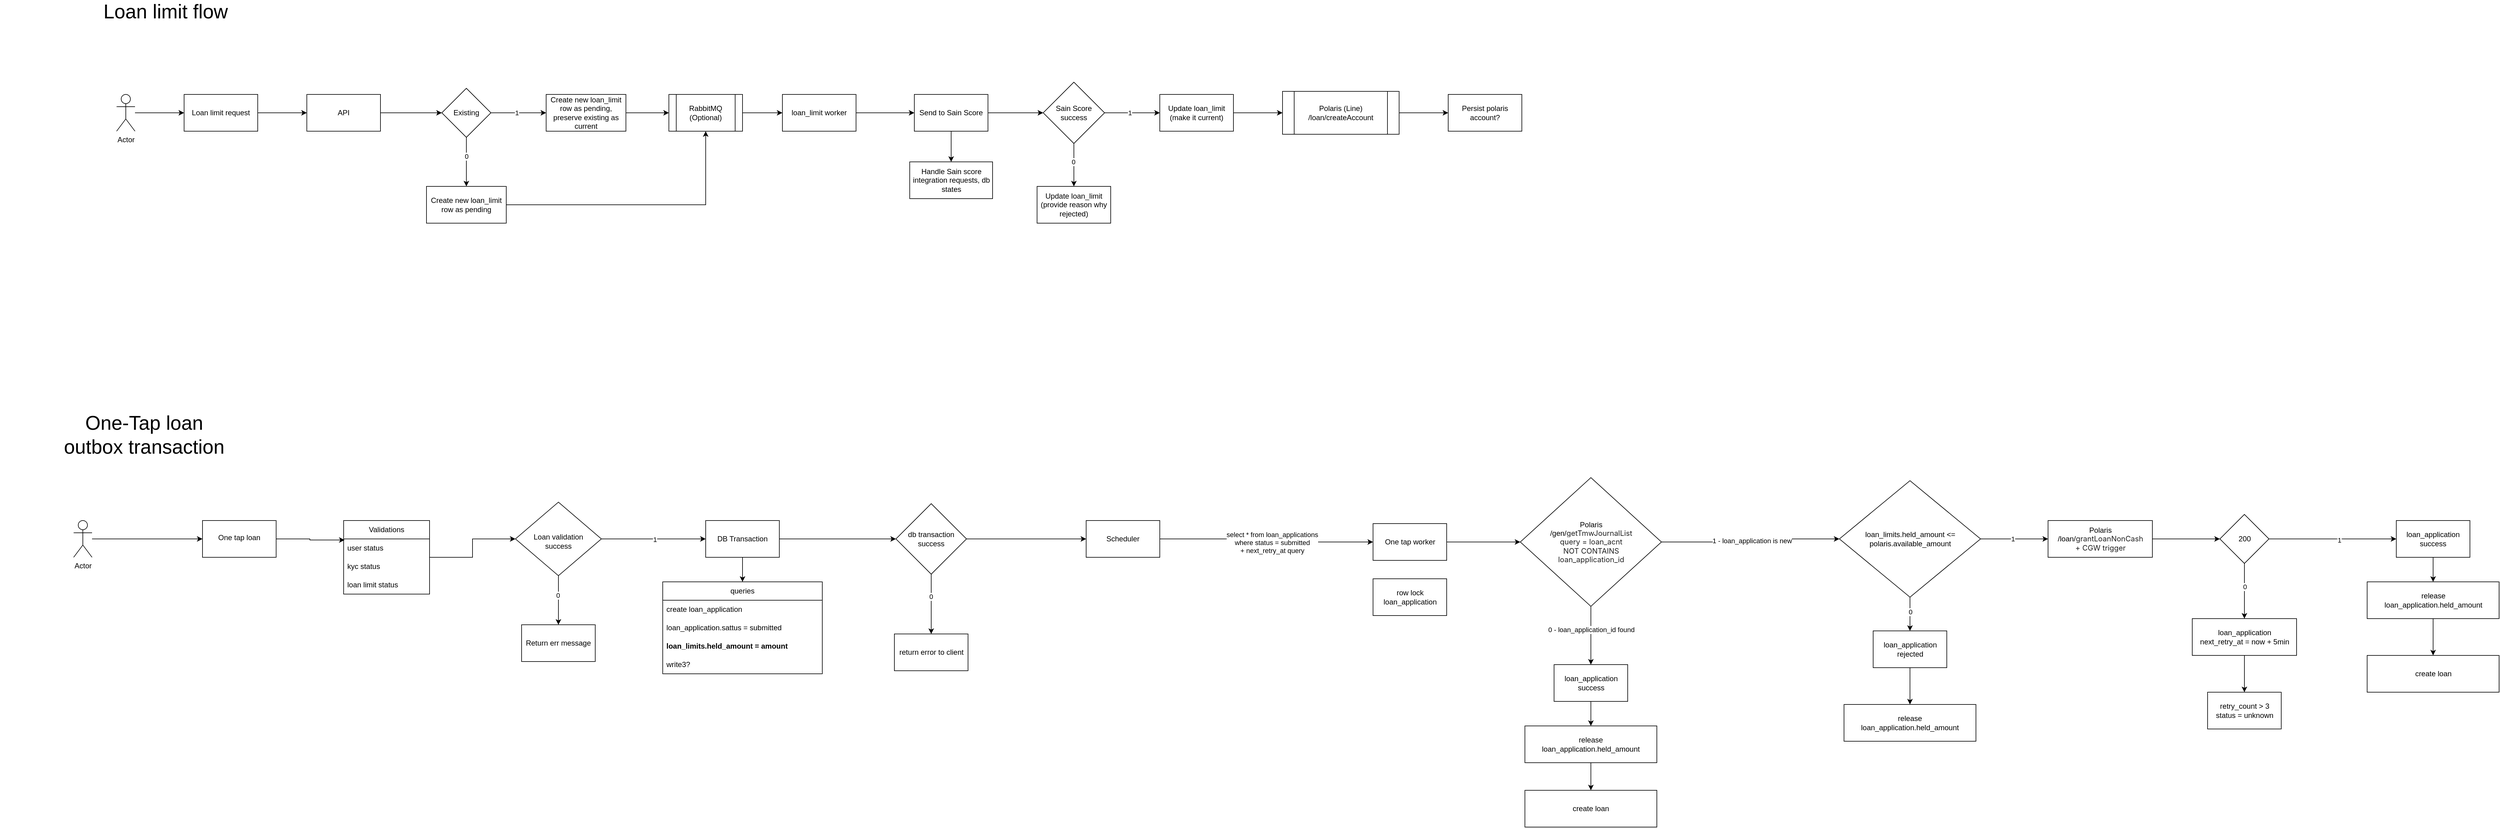
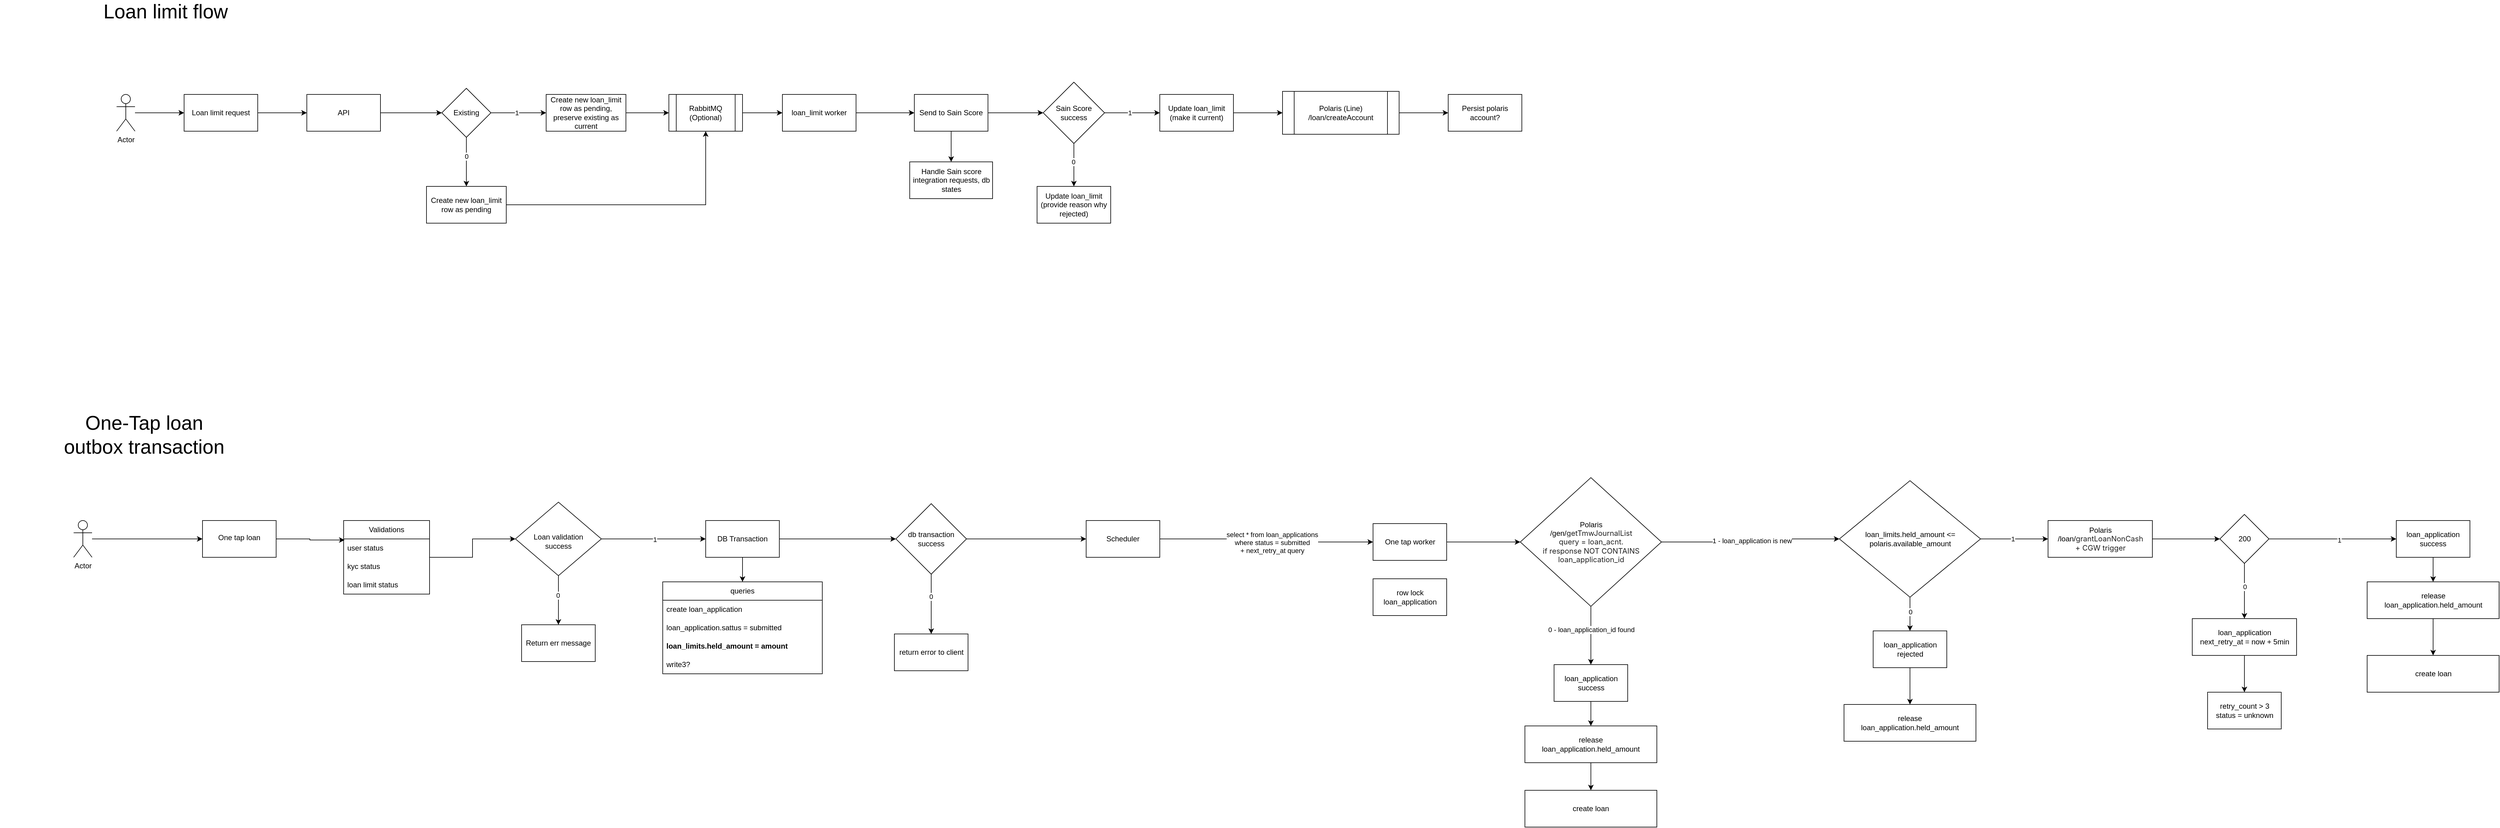
<mxfile host="app.diagrams.net">
  <diagram name="Page-1" id="VCBSuIh8bz7kurrQ0Zaz">
    <mxGraphModel dx="2067" dy="712" grid="1" gridSize="10" guides="1" tooltips="1" connect="1" arrows="1" fold="1" page="1" pageScale="1" pageWidth="850" pageHeight="1100" math="0" shadow="0">
      <root>
        <mxCell id="0" />
        <mxCell id="1" parent="0" />
        <mxCell id="KqixbsF9o6dLofBvsG9t-5" edge="1" parent="1" source="KqixbsF9o6dLofBvsG9t-1" style="edgeStyle=orthogonalEdgeStyle;rounded=0;orthogonalLoop=1;jettySize=auto;html=1;" target="KqixbsF9o6dLofBvsG9t-4" value="">
          <mxGeometry relative="1" as="geometry" />
        </mxCell>
        <mxCell id="KqixbsF9o6dLofBvsG9t-1" parent="1" style="rounded=0;whiteSpace=wrap;html=1;" value="Loan limit request" vertex="1">
          <mxGeometry height="60" width="120" x="150" y="210" as="geometry" />
        </mxCell>
        <mxCell id="KqixbsF9o6dLofBvsG9t-3" edge="1" parent="1" source="KqixbsF9o6dLofBvsG9t-2" style="edgeStyle=orthogonalEdgeStyle;rounded=0;orthogonalLoop=1;jettySize=auto;html=1;" target="KqixbsF9o6dLofBvsG9t-1" value="">
          <mxGeometry relative="1" as="geometry" />
        </mxCell>
        <mxCell id="KqixbsF9o6dLofBvsG9t-2" parent="1" style="shape=umlActor;verticalLabelPosition=bottom;verticalAlign=top;html=1;outlineConnect=0;" value="Actor" vertex="1">
          <mxGeometry height="60" width="30" x="40" y="210" as="geometry" />
        </mxCell>
        <mxCell id="KqixbsF9o6dLofBvsG9t-9" edge="1" parent="1" source="KqixbsF9o6dLofBvsG9t-4" style="edgeStyle=orthogonalEdgeStyle;rounded=0;orthogonalLoop=1;jettySize=auto;html=1;" target="KqixbsF9o6dLofBvsG9t-8" value="">
          <mxGeometry relative="1" as="geometry" />
        </mxCell>
        <mxCell id="KqixbsF9o6dLofBvsG9t-4" parent="1" style="rounded=0;whiteSpace=wrap;html=1;" value="API" vertex="1">
          <mxGeometry height="60" width="120" x="350" y="210" as="geometry" />
        </mxCell>
        <mxCell id="KqixbsF9o6dLofBvsG9t-11" edge="1" parent="1" source="KqixbsF9o6dLofBvsG9t-8" style="edgeStyle=orthogonalEdgeStyle;rounded=0;orthogonalLoop=1;jettySize=auto;html=1;" target="KqixbsF9o6dLofBvsG9t-10" value="">
          <mxGeometry relative="1" as="geometry" />
        </mxCell>
        <mxCell id="KqixbsF9o6dLofBvsG9t-12" connectable="0" parent="KqixbsF9o6dLofBvsG9t-11" style="edgeLabel;html=1;align=center;verticalAlign=middle;resizable=0;points=[];" value="1" vertex="1">
          <mxGeometry relative="1" x="-0.079" as="geometry">
            <mxPoint as="offset" />
          </mxGeometry>
        </mxCell>
        <mxCell id="KqixbsF9o6dLofBvsG9t-14" edge="1" parent="1" source="KqixbsF9o6dLofBvsG9t-8" style="edgeStyle=orthogonalEdgeStyle;rounded=0;orthogonalLoop=1;jettySize=auto;html=1;" target="KqixbsF9o6dLofBvsG9t-13" value="">
          <mxGeometry relative="1" as="geometry" />
        </mxCell>
        <mxCell id="KqixbsF9o6dLofBvsG9t-15" connectable="0" parent="KqixbsF9o6dLofBvsG9t-14" style="edgeLabel;html=1;align=center;verticalAlign=middle;resizable=0;points=[];" value="0" vertex="1">
          <mxGeometry relative="1" x="-0.2407" as="geometry">
            <mxPoint as="offset" />
          </mxGeometry>
        </mxCell>
        <mxCell id="KqixbsF9o6dLofBvsG9t-8" parent="1" style="rhombus;whiteSpace=wrap;html=1;rounded=0;" value="Existing" vertex="1">
          <mxGeometry height="80" width="80" x="570" y="200" as="geometry" />
        </mxCell>
        <mxCell id="KqixbsF9o6dLofBvsG9t-23" edge="1" parent="1" source="KqixbsF9o6dLofBvsG9t-10" style="edgeStyle=orthogonalEdgeStyle;rounded=0;orthogonalLoop=1;jettySize=auto;html=1;" target="KqixbsF9o6dLofBvsG9t-22" value="">
          <mxGeometry relative="1" as="geometry" />
        </mxCell>
        <mxCell id="KqixbsF9o6dLofBvsG9t-10" parent="1" style="whiteSpace=wrap;html=1;rounded=0;" value="Create new loan_limit row as pending, preserve existing as current" vertex="1">
          <mxGeometry height="60" width="130" x="740" y="210" as="geometry" />
        </mxCell>
        <mxCell id="KqixbsF9o6dLofBvsG9t-26" edge="1" parent="1" source="KqixbsF9o6dLofBvsG9t-13" style="edgeStyle=orthogonalEdgeStyle;rounded=0;orthogonalLoop=1;jettySize=auto;html=1;entryX=0.5;entryY=1;entryDx=0;entryDy=0;" target="KqixbsF9o6dLofBvsG9t-22">
          <mxGeometry relative="1" as="geometry" />
        </mxCell>
        <mxCell id="KqixbsF9o6dLofBvsG9t-13" parent="1" style="whiteSpace=wrap;html=1;rounded=0;" value="Create new loan_limit row as pending" vertex="1">
          <mxGeometry height="60" width="130" x="545" y="360" as="geometry" />
        </mxCell>
        <mxCell id="KqixbsF9o6dLofBvsG9t-25" edge="1" parent="1" source="KqixbsF9o6dLofBvsG9t-22" style="edgeStyle=orthogonalEdgeStyle;rounded=0;orthogonalLoop=1;jettySize=auto;html=1;" target="KqixbsF9o6dLofBvsG9t-24" value="">
          <mxGeometry relative="1" as="geometry" />
        </mxCell>
        <mxCell id="KqixbsF9o6dLofBvsG9t-22" parent="1" style="shape=process;whiteSpace=wrap;html=1;backgroundOutline=1;rounded=0;" value="RabbitMQ (Optional)" vertex="1">
          <mxGeometry height="60" width="120" x="940" y="210" as="geometry" />
        </mxCell>
        <mxCell id="KqixbsF9o6dLofBvsG9t-28" edge="1" parent="1" source="KqixbsF9o6dLofBvsG9t-24" style="edgeStyle=orthogonalEdgeStyle;rounded=0;orthogonalLoop=1;jettySize=auto;html=1;" target="KqixbsF9o6dLofBvsG9t-27" value="">
          <mxGeometry relative="1" as="geometry" />
        </mxCell>
        <mxCell id="KqixbsF9o6dLofBvsG9t-24" parent="1" style="whiteSpace=wrap;html=1;rounded=0;" value="loan_limit worker" vertex="1">
          <mxGeometry height="60" width="120" x="1125" y="210" as="geometry" />
        </mxCell>
        <mxCell id="KqixbsF9o6dLofBvsG9t-30" edge="1" parent="1" source="KqixbsF9o6dLofBvsG9t-27" style="edgeStyle=orthogonalEdgeStyle;rounded=0;orthogonalLoop=1;jettySize=auto;html=1;" target="KqixbsF9o6dLofBvsG9t-29" value="">
          <mxGeometry relative="1" as="geometry" />
        </mxCell>
        <mxCell id="KqixbsF9o6dLofBvsG9t-38" edge="1" parent="1" source="KqixbsF9o6dLofBvsG9t-27" style="edgeStyle=orthogonalEdgeStyle;rounded=0;orthogonalLoop=1;jettySize=auto;html=1;" target="KqixbsF9o6dLofBvsG9t-37" value="">
          <mxGeometry relative="1" as="geometry" />
        </mxCell>
        <mxCell id="KqixbsF9o6dLofBvsG9t-27" parent="1" style="whiteSpace=wrap;html=1;rounded=0;" value="Send to Sain Score" vertex="1">
          <mxGeometry height="60" width="120" x="1340" y="210" as="geometry" />
        </mxCell>
        <mxCell id="KqixbsF9o6dLofBvsG9t-32" edge="1" parent="1" source="KqixbsF9o6dLofBvsG9t-29" style="edgeStyle=orthogonalEdgeStyle;rounded=0;orthogonalLoop=1;jettySize=auto;html=1;" target="KqixbsF9o6dLofBvsG9t-31" value="">
          <mxGeometry relative="1" as="geometry" />
        </mxCell>
        <mxCell id="KqixbsF9o6dLofBvsG9t-33" connectable="0" parent="KqixbsF9o6dLofBvsG9t-32" style="edgeLabel;html=1;align=center;verticalAlign=middle;resizable=0;points=[];" value="1" vertex="1">
          <mxGeometry relative="1" x="-0.1048" as="geometry">
            <mxPoint as="offset" />
          </mxGeometry>
        </mxCell>
        <mxCell id="KqixbsF9o6dLofBvsG9t-35" edge="1" parent="1" source="KqixbsF9o6dLofBvsG9t-29" style="edgeStyle=orthogonalEdgeStyle;rounded=0;orthogonalLoop=1;jettySize=auto;html=1;" target="KqixbsF9o6dLofBvsG9t-34" value="">
          <mxGeometry relative="1" as="geometry" />
        </mxCell>
        <mxCell id="KqixbsF9o6dLofBvsG9t-36" connectable="0" parent="KqixbsF9o6dLofBvsG9t-35" style="edgeLabel;html=1;align=center;verticalAlign=middle;resizable=0;points=[];" value="0" vertex="1">
          <mxGeometry relative="1" x="-0.1429" y="-1" as="geometry">
            <mxPoint as="offset" />
          </mxGeometry>
        </mxCell>
        <mxCell id="KqixbsF9o6dLofBvsG9t-29" parent="1" style="rhombus;whiteSpace=wrap;html=1;rounded=0;" value="Sain Score success" vertex="1">
          <mxGeometry height="100" width="100" x="1550" y="190" as="geometry" />
        </mxCell>
        <mxCell id="KqixbsF9o6dLofBvsG9t-66" edge="1" parent="1" source="KqixbsF9o6dLofBvsG9t-31" style="edgeStyle=orthogonalEdgeStyle;rounded=0;orthogonalLoop=1;jettySize=auto;html=1;" target="KqixbsF9o6dLofBvsG9t-65" value="">
          <mxGeometry relative="1" as="geometry" />
        </mxCell>
        <mxCell id="KqixbsF9o6dLofBvsG9t-31" parent="1" style="whiteSpace=wrap;html=1;rounded=0;" value="Update loan_limit (make it current)" vertex="1">
          <mxGeometry height="60" width="120" x="1740" y="210" as="geometry" />
        </mxCell>
        <mxCell id="KqixbsF9o6dLofBvsG9t-34" parent="1" style="whiteSpace=wrap;html=1;rounded=0;" value="Update loan_limit&lt;br&gt;(provide reason why rejected)" vertex="1">
          <mxGeometry height="60" width="120" x="1540" y="360" as="geometry" />
        </mxCell>
        <mxCell id="KqixbsF9o6dLofBvsG9t-37" parent="1" style="whiteSpace=wrap;html=1;rounded=0;" value="Handle Sain score integration requests, db states" vertex="1">
          <mxGeometry height="60" width="135" x="1332.5" y="320" as="geometry" />
        </mxCell>
        <mxCell id="KqixbsF9o6dLofBvsG9t-40" parent="1" style="text;html=1;whiteSpace=wrap;strokeColor=none;fillColor=none;align=center;verticalAlign=middle;rounded=0;fontSize=32;" value="Loan limit flow" vertex="1">
          <mxGeometry height="30" width="260" x="-10" y="60" as="geometry" />
        </mxCell>
        <mxCell id="KqixbsF9o6dLofBvsG9t-74" edge="1" parent="1" source="KqixbsF9o6dLofBvsG9t-65" style="edgeStyle=orthogonalEdgeStyle;rounded=0;orthogonalLoop=1;jettySize=auto;html=1;" target="KqixbsF9o6dLofBvsG9t-73" value="">
          <mxGeometry relative="1" as="geometry" />
        </mxCell>
        <mxCell id="KqixbsF9o6dLofBvsG9t-65" parent="1" style="shape=process;whiteSpace=wrap;html=1;backgroundOutline=1;rounded=0;" value="Polaris (Line)&lt;br&gt;/loan/createAccount" vertex="1">
          <mxGeometry height="70" width="190" x="1940" y="205" as="geometry" />
        </mxCell>
        <mxCell id="KqixbsF9o6dLofBvsG9t-73" parent="1" style="whiteSpace=wrap;html=1;rounded=0;" value="Persist polaris account?" vertex="1">
          <mxGeometry height="60" width="120" x="2210" y="210" as="geometry" />
        </mxCell>
        <mxCell id="U8Ajh8Gpa-m2DNKNFQys-1" parent="1" style="text;html=1;whiteSpace=wrap;strokeColor=none;fillColor=none;align=center;verticalAlign=middle;rounded=0;fontSize=32;" value="One-Tap loan&lt;br&gt;outbox transaction" vertex="1">
          <mxGeometry height="30" width="470" x="-150" y="750" as="geometry" />
        </mxCell>
        <mxCell id="In8fDh9ZLN2M87an2Miy-1" edge="1" parent="1" source="In8fDh9ZLN2M87an2Miy-2" style="edgeStyle=orthogonalEdgeStyle;rounded=0;orthogonalLoop=1;jettySize=auto;html=1;" target="In8fDh9ZLN2M87an2Miy-4" value="">
          <mxGeometry relative="1" as="geometry" />
        </mxCell>
        <mxCell id="In8fDh9ZLN2M87an2Miy-2" parent="1" style="shape=umlActor;verticalLabelPosition=bottom;verticalAlign=top;html=1;outlineConnect=0;" value="Actor" vertex="1">
          <mxGeometry height="60" width="30" x="-30" y="905" as="geometry" />
        </mxCell>
        <mxCell id="In8fDh9ZLN2M87an2Miy-3" edge="1" parent="1" source="In8fDh9ZLN2M87an2Miy-4" style="edgeStyle=orthogonalEdgeStyle;rounded=0;orthogonalLoop=1;jettySize=auto;html=1;entryX=0.011;entryY=0.06;entryDx=0;entryDy=0;entryPerimeter=0;" target="In8fDh9ZLN2M87an2Miy-28" value="">
          <mxGeometry relative="1" as="geometry">
            <mxPoint x="390" y="935" as="targetPoint" />
          </mxGeometry>
        </mxCell>
        <mxCell id="In8fDh9ZLN2M87an2Miy-4" parent="1" style="whiteSpace=wrap;html=1;verticalAlign=top;" value="&lt;div&gt;&lt;br&gt;&lt;/div&gt;&lt;div&gt;One tap loan&lt;/div&gt;" vertex="1">
          <mxGeometry height="60" width="120" x="180" y="905" as="geometry" />
        </mxCell>
        <mxCell id="In8fDh9ZLN2M87an2Miy-5" edge="1" parent="1" source="In8fDh9ZLN2M87an2Miy-9" style="edgeStyle=orthogonalEdgeStyle;rounded=0;orthogonalLoop=1;jettySize=auto;html=1;" target="In8fDh9ZLN2M87an2Miy-12" value="">
          <mxGeometry relative="1" as="geometry" />
        </mxCell>
        <mxCell id="In8fDh9ZLN2M87an2Miy-6" connectable="0" parent="In8fDh9ZLN2M87an2Miy-5" style="edgeLabel;html=1;align=center;verticalAlign=middle;resizable=0;points=[];" value="1" vertex="1">
          <mxGeometry relative="1" x="0.0162" y="-1" as="geometry">
            <mxPoint as="offset" />
          </mxGeometry>
        </mxCell>
        <mxCell id="In8fDh9ZLN2M87an2Miy-7" edge="1" parent="1" source="In8fDh9ZLN2M87an2Miy-9" style="edgeStyle=orthogonalEdgeStyle;rounded=0;orthogonalLoop=1;jettySize=auto;html=1;" target="In8fDh9ZLN2M87an2Miy-13" value="">
          <mxGeometry relative="1" as="geometry" />
        </mxCell>
        <mxCell id="In8fDh9ZLN2M87an2Miy-8" connectable="0" parent="In8fDh9ZLN2M87an2Miy-7" style="edgeLabel;html=1;align=center;verticalAlign=middle;resizable=0;points=[];" value="0" vertex="1">
          <mxGeometry relative="1" x="-0.2091" y="-1" as="geometry">
            <mxPoint as="offset" />
          </mxGeometry>
        </mxCell>
        <mxCell id="In8fDh9ZLN2M87an2Miy-9" parent="1" style="rhombus;whiteSpace=wrap;html=1;verticalAlign=top;" value="&lt;br&gt;&lt;br&gt;&lt;div&gt;&lt;br&gt;&lt;/div&gt;&lt;div&gt;Loan validation&lt;br&gt;success&lt;/div&gt;" vertex="1">
          <mxGeometry height="120" width="140" x="690" y="875" as="geometry" />
        </mxCell>
        <mxCell id="In8fDh9ZLN2M87an2Miy-10" edge="1" parent="1" source="In8fDh9ZLN2M87an2Miy-12" style="edgeStyle=orthogonalEdgeStyle;rounded=0;orthogonalLoop=1;jettySize=auto;html=1;entryX=0.5;entryY=0;entryDx=0;entryDy=0;" target="In8fDh9ZLN2M87an2Miy-14">
          <mxGeometry relative="1" as="geometry" />
        </mxCell>
        <mxCell id="In8fDh9ZLN2M87an2Miy-54" edge="1" parent="1" source="In8fDh9ZLN2M87an2Miy-105" style="edgeStyle=orthogonalEdgeStyle;rounded=0;orthogonalLoop=1;jettySize=auto;html=1;exitX=1;exitY=0.5;exitDx=0;exitDy=0;" target="In8fDh9ZLN2M87an2Miy-53" value="">
          <mxGeometry relative="1" as="geometry">
            <mxPoint x="1830" y="940" as="sourcePoint" />
          </mxGeometry>
        </mxCell>
        <mxCell id="In8fDh9ZLN2M87an2Miy-55" connectable="0" parent="In8fDh9ZLN2M87an2Miy-54" style="edgeLabel;html=1;align=center;verticalAlign=middle;resizable=0;points=[];" value="select * from loan_applications&lt;br&gt;where status = submitted&lt;br&gt;+ next_retry_at query" vertex="1">
          <mxGeometry relative="1" x="0.0637" y="-1" as="geometry">
            <mxPoint as="offset" />
          </mxGeometry>
        </mxCell>
        <mxCell id="In8fDh9ZLN2M87an2Miy-99" edge="1" parent="1" source="In8fDh9ZLN2M87an2Miy-12" style="edgeStyle=orthogonalEdgeStyle;rounded=0;orthogonalLoop=1;jettySize=auto;html=1;" target="In8fDh9ZLN2M87an2Miy-98" value="">
          <mxGeometry relative="1" as="geometry" />
        </mxCell>
        <mxCell id="In8fDh9ZLN2M87an2Miy-12" parent="1" style="whiteSpace=wrap;html=1;verticalAlign=middle;" value="DB Transaction" vertex="1">
          <mxGeometry height="60" width="120" x="1000" y="905" as="geometry" />
        </mxCell>
        <mxCell id="In8fDh9ZLN2M87an2Miy-13" parent="1" style="whiteSpace=wrap;html=1;verticalAlign=middle;" value="Return err message" vertex="1">
          <mxGeometry height="60" width="120" x="700" y="1075" as="geometry" />
        </mxCell>
        <mxCell id="In8fDh9ZLN2M87an2Miy-14" parent="1" style="swimlane;fontStyle=0;childLayout=stackLayout;horizontal=1;startSize=30;horizontalStack=0;resizeParent=1;resizeParentMax=0;resizeLast=0;collapsible=1;marginBottom=0;whiteSpace=wrap;html=1;" value="queries" vertex="1">
          <mxGeometry height="150" width="260" x="930" y="1005" as="geometry" />
        </mxCell>
        <mxCell id="In8fDh9ZLN2M87an2Miy-15" parent="In8fDh9ZLN2M87an2Miy-14" style="text;strokeColor=none;fillColor=none;align=left;verticalAlign=middle;spacingLeft=4;spacingRight=4;overflow=hidden;points=[[0,0.5],[1,0.5]];portConstraint=eastwest;rotatable=0;whiteSpace=wrap;html=1;" value="create loan_application" vertex="1">
          <mxGeometry height="30" width="260" y="30" as="geometry" />
        </mxCell>
        <mxCell id="In8fDh9ZLN2M87an2Miy-104" parent="In8fDh9ZLN2M87an2Miy-14" style="text;strokeColor=none;fillColor=none;align=left;verticalAlign=middle;spacingLeft=4;spacingRight=4;overflow=hidden;points=[[0,0.5],[1,0.5]];portConstraint=eastwest;rotatable=0;whiteSpace=wrap;html=1;" value="loan_application.sattus = submitted" vertex="1">
          <mxGeometry height="30" width="260" y="60" as="geometry" />
        </mxCell>
        <mxCell id="In8fDh9ZLN2M87an2Miy-16" parent="In8fDh9ZLN2M87an2Miy-14" style="text;strokeColor=none;fillColor=none;align=left;verticalAlign=middle;spacingLeft=4;spacingRight=4;overflow=hidden;points=[[0,0.5],[1,0.5]];portConstraint=eastwest;rotatable=0;whiteSpace=wrap;html=1;fontStyle=1" value="loan_limits.held_amount = amount" vertex="1">
          <mxGeometry height="30" width="260" y="90" as="geometry" />
        </mxCell>
        <mxCell id="In8fDh9ZLN2M87an2Miy-17" parent="In8fDh9ZLN2M87an2Miy-14" style="text;strokeColor=none;fillColor=none;align=left;verticalAlign=middle;spacingLeft=4;spacingRight=4;overflow=hidden;points=[[0,0.5],[1,0.5]];portConstraint=eastwest;rotatable=0;whiteSpace=wrap;html=1;" value="write3?" vertex="1">
          <mxGeometry height="30" width="260" y="120" as="geometry" />
        </mxCell>
        <mxCell id="In8fDh9ZLN2M87an2Miy-32" edge="1" parent="1" source="In8fDh9ZLN2M87an2Miy-27" style="edgeStyle=orthogonalEdgeStyle;rounded=0;orthogonalLoop=1;jettySize=auto;html=1;entryX=0;entryY=0.5;entryDx=0;entryDy=0;" target="In8fDh9ZLN2M87an2Miy-9">
          <mxGeometry relative="1" as="geometry" />
        </mxCell>
        <mxCell id="In8fDh9ZLN2M87an2Miy-27" parent="1" style="swimlane;fontStyle=0;childLayout=stackLayout;horizontal=1;startSize=30;horizontalStack=0;resizeParent=1;resizeParentMax=0;resizeLast=0;collapsible=1;marginBottom=0;whiteSpace=wrap;html=1;" value="Validations" vertex="1">
          <mxGeometry height="120" width="140" x="410" y="905" as="geometry" />
        </mxCell>
        <mxCell id="In8fDh9ZLN2M87an2Miy-28" parent="In8fDh9ZLN2M87an2Miy-27" style="text;strokeColor=none;fillColor=none;align=left;verticalAlign=middle;spacingLeft=4;spacingRight=4;overflow=hidden;points=[[0,0.5],[1,0.5]];portConstraint=eastwest;rotatable=0;whiteSpace=wrap;html=1;" value="user status" vertex="1">
          <mxGeometry height="30" width="140" y="30" as="geometry" />
        </mxCell>
        <mxCell id="In8fDh9ZLN2M87an2Miy-29" parent="In8fDh9ZLN2M87an2Miy-27" style="text;strokeColor=none;fillColor=none;align=left;verticalAlign=middle;spacingLeft=4;spacingRight=4;overflow=hidden;points=[[0,0.5],[1,0.5]];portConstraint=eastwest;rotatable=0;whiteSpace=wrap;html=1;" value="kyc status" vertex="1">
          <mxGeometry height="30" width="140" y="60" as="geometry" />
        </mxCell>
        <mxCell id="In8fDh9ZLN2M87an2Miy-33" parent="In8fDh9ZLN2M87an2Miy-27" style="text;strokeColor=none;fillColor=none;align=left;verticalAlign=middle;spacingLeft=4;spacingRight=4;overflow=hidden;points=[[0,0.5],[1,0.5]];portConstraint=eastwest;rotatable=0;whiteSpace=wrap;html=1;" value="loan limit status" vertex="1">
          <mxGeometry height="30" width="140" y="90" as="geometry" />
        </mxCell>
        <mxCell id="In8fDh9ZLN2M87an2Miy-70" edge="1" parent="1" source="In8fDh9ZLN2M87an2Miy-53" style="edgeStyle=orthogonalEdgeStyle;rounded=0;orthogonalLoop=1;jettySize=auto;html=1;entryX=0;entryY=0.5;entryDx=0;entryDy=0;" target="In8fDh9ZLN2M87an2Miy-69">
          <mxGeometry relative="1" as="geometry" />
        </mxCell>
        <mxCell id="In8fDh9ZLN2M87an2Miy-53" parent="1" style="whiteSpace=wrap;html=1;" value="One tap worker" vertex="1">
          <mxGeometry height="60" width="120" x="2087.5" y="910" as="geometry" />
        </mxCell>
        <mxCell id="In8fDh9ZLN2M87an2Miy-67" edge="1" parent="1" source="In8fDh9ZLN2M87an2Miy-58" style="edgeStyle=orthogonalEdgeStyle;rounded=0;orthogonalLoop=1;jettySize=auto;html=1;entryX=0;entryY=0.5;entryDx=0;entryDy=0;" target="In8fDh9ZLN2M87an2Miy-66" value="">
          <mxGeometry relative="1" as="geometry">
            <mxPoint x="3482.5" y="935" as="targetPoint" />
          </mxGeometry>
        </mxCell>
        <mxCell id="In8fDh9ZLN2M87an2Miy-58" parent="1" style="whiteSpace=wrap;html=1;" value="Polaris /loan/&lt;span style=&quot;color: rgb(33, 33, 33); font-family: Inter, system-ui, -apple-system, &amp;quot;system-ui&amp;quot;, &amp;quot;Segoe UI&amp;quot;, Roboto, Oxygen, Ubuntu, Cantarell, &amp;quot;Fira Sans&amp;quot;, &amp;quot;Droid Sans&amp;quot;, Helvetica, Arial, sans-serif; text-align: left; white-space: pre-wrap; background-color: rgb(255, 255, 255);&quot;&gt;grantLoanNonCash&lt;br/&gt;+ CGW trigger&lt;/span&gt;" vertex="1">
          <mxGeometry height="60" width="170" x="3187.5" y="905" as="geometry" />
        </mxCell>
        <mxCell id="In8fDh9ZLN2M87an2Miy-62" edge="1" parent="1" source="In8fDh9ZLN2M87an2Miy-59" style="edgeStyle=orthogonalEdgeStyle;rounded=0;orthogonalLoop=1;jettySize=auto;html=1;" target="In8fDh9ZLN2M87an2Miy-61" value="">
          <mxGeometry relative="1" as="geometry" />
        </mxCell>
        <mxCell id="In8fDh9ZLN2M87an2Miy-91" connectable="0" parent="In8fDh9ZLN2M87an2Miy-62" style="edgeLabel;html=1;align=center;verticalAlign=middle;resizable=0;points=[];" value="0" vertex="1">
          <mxGeometry relative="1" x="-0.1431" as="geometry">
            <mxPoint as="offset" />
          </mxGeometry>
        </mxCell>
        <mxCell id="In8fDh9ZLN2M87an2Miy-65" edge="1" parent="1" source="In8fDh9ZLN2M87an2Miy-59" style="edgeStyle=orthogonalEdgeStyle;rounded=0;orthogonalLoop=1;jettySize=auto;html=1;" target="In8fDh9ZLN2M87an2Miy-58">
          <mxGeometry relative="1" as="geometry" />
        </mxCell>
        <mxCell id="In8fDh9ZLN2M87an2Miy-90" connectable="0" parent="In8fDh9ZLN2M87an2Miy-65" style="edgeLabel;html=1;align=center;verticalAlign=middle;resizable=0;points=[];" value="1" vertex="1">
          <mxGeometry relative="1" x="-0.0451" as="geometry">
            <mxPoint as="offset" />
          </mxGeometry>
        </mxCell>
        <mxCell id="In8fDh9ZLN2M87an2Miy-59" parent="1" style="rhombus;whiteSpace=wrap;html=1;" value="loan_limits.held_amount &amp;lt;= polaris.available_amount" vertex="1">
          <mxGeometry height="190" width="230" x="2847.5" y="840" as="geometry" />
        </mxCell>
        <mxCell id="In8fDh9ZLN2M87an2Miy-64" edge="1" parent="1" source="In8fDh9ZLN2M87an2Miy-61" style="edgeStyle=orthogonalEdgeStyle;rounded=0;orthogonalLoop=1;jettySize=auto;html=1;" target="In8fDh9ZLN2M87an2Miy-63" value="">
          <mxGeometry relative="1" as="geometry" />
        </mxCell>
        <mxCell id="In8fDh9ZLN2M87an2Miy-61" parent="1" style="whiteSpace=wrap;html=1;" value="loan_application&lt;br&gt;rejected" vertex="1">
          <mxGeometry height="60" width="120" x="2902.5" y="1085" as="geometry" />
        </mxCell>
        <mxCell id="In8fDh9ZLN2M87an2Miy-63" parent="1" style="whiteSpace=wrap;html=1;" value="release &lt;br&gt;loan_application.held_amount" vertex="1">
          <mxGeometry height="60" width="215" x="2855" y="1205" as="geometry" />
        </mxCell>
        <mxCell id="In8fDh9ZLN2M87an2Miy-81" edge="1" parent="1" source="In8fDh9ZLN2M87an2Miy-66" style="edgeStyle=orthogonalEdgeStyle;rounded=0;orthogonalLoop=1;jettySize=auto;html=1;entryX=0;entryY=0.5;entryDx=0;entryDy=0;" target="In8fDh9ZLN2M87an2Miy-79">
          <mxGeometry relative="1" as="geometry" />
        </mxCell>
        <mxCell id="In8fDh9ZLN2M87an2Miy-92" connectable="0" parent="In8fDh9ZLN2M87an2Miy-81" style="edgeLabel;html=1;align=center;verticalAlign=middle;resizable=0;points=[];" value="1" vertex="1">
          <mxGeometry relative="1" x="0.1055" y="-2" as="geometry">
            <mxPoint as="offset" />
          </mxGeometry>
        </mxCell>
        <mxCell id="In8fDh9ZLN2M87an2Miy-83" edge="1" parent="1" source="In8fDh9ZLN2M87an2Miy-66" style="edgeStyle=orthogonalEdgeStyle;rounded=0;orthogonalLoop=1;jettySize=auto;html=1;" target="In8fDh9ZLN2M87an2Miy-82" value="">
          <mxGeometry relative="1" as="geometry" />
        </mxCell>
        <mxCell id="In8fDh9ZLN2M87an2Miy-93" connectable="0" parent="In8fDh9ZLN2M87an2Miy-83" style="edgeLabel;html=1;align=center;verticalAlign=middle;resizable=0;points=[];" value="0" vertex="1">
          <mxGeometry relative="1" x="-0.1623" as="geometry">
            <mxPoint as="offset" />
          </mxGeometry>
        </mxCell>
        <mxCell id="In8fDh9ZLN2M87an2Miy-66" parent="1" style="rhombus;whiteSpace=wrap;html=1;" value="200" vertex="1">
          <mxGeometry height="80" width="80" x="3467.5" y="895" as="geometry" />
        </mxCell>
        <mxCell id="In8fDh9ZLN2M87an2Miy-68" parent="1" style="whiteSpace=wrap;html=1;" value="row lock&lt;br&gt;loan_application" vertex="1">
          <mxGeometry height="60" width="120" x="2087.5" y="1000" as="geometry" />
        </mxCell>
        <mxCell id="In8fDh9ZLN2M87an2Miy-71" edge="1" parent="1" source="In8fDh9ZLN2M87an2Miy-69" style="edgeStyle=orthogonalEdgeStyle;rounded=0;orthogonalLoop=1;jettySize=auto;html=1;entryX=0;entryY=0.5;entryDx=0;entryDy=0;" target="In8fDh9ZLN2M87an2Miy-59">
          <mxGeometry relative="1" as="geometry" />
        </mxCell>
        <mxCell id="In8fDh9ZLN2M87an2Miy-77" connectable="0" parent="In8fDh9ZLN2M87an2Miy-71" style="edgeLabel;html=1;align=center;verticalAlign=middle;resizable=0;points=[];" value="1 - loan_application is new" vertex="1">
          <mxGeometry relative="1" x="0.0312" y="-3" as="geometry">
            <mxPoint as="offset" />
          </mxGeometry>
        </mxCell>
        <mxCell id="In8fDh9ZLN2M87an2Miy-73" edge="1" parent="1" source="In8fDh9ZLN2M87an2Miy-69" style="edgeStyle=orthogonalEdgeStyle;rounded=0;orthogonalLoop=1;jettySize=auto;html=1;" target="In8fDh9ZLN2M87an2Miy-72" value="">
          <mxGeometry relative="1" as="geometry" />
        </mxCell>
        <mxCell id="In8fDh9ZLN2M87an2Miy-74" connectable="0" parent="In8fDh9ZLN2M87an2Miy-73" style="edgeLabel;html=1;align=center;verticalAlign=middle;resizable=0;points=[];" value="0 - loan_application_id found" vertex="1">
          <mxGeometry relative="1" x="-0.1975" as="geometry">
            <mxPoint as="offset" />
          </mxGeometry>
        </mxCell>
-         <mxCell id="In8fDh9ZLN2M87an2Miy-69" parent="1" style="rhombus;whiteSpace=wrap;html=1;" value="Polaris&lt;br&gt;/gen/&lt;span style=&quot;white-space: pre-wrap; color: rgb(33, 33, 33); font-family: Inter, system-ui, -apple-system, &amp;quot;system-ui&amp;quot;, &amp;quot;Segoe UI&amp;quot;, Roboto, Oxygen, Ubuntu, Cantarell, &amp;quot;Fira Sans&amp;quot;, &amp;quot;Droid Sans&amp;quot;, Helvetica, Arial, sans-serif; text-align: left; background-color: rgb(255, 255, 255);&quot;&gt;getTmwJournalList&lt;br&gt;query = loan_acnt&lt;br/&gt;NOT CONTAINS&lt;br&gt;loan_application_id&lt;/span&gt;" vertex="1">
+         <mxCell id="In8fDh9ZLN2M87an2Miy-69" parent="1" style="rhombus;whiteSpace=wrap;html=1;" value="Polaris&lt;br&gt;/gen/&lt;span style=&quot;white-space: pre-wrap; color: rgb(33, 33, 33); font-family: Inter, system-ui, -apple-system, &amp;quot;system-ui&amp;quot;, &amp;quot;Segoe UI&amp;quot;, Roboto, Oxygen, Ubuntu, Cantarell, &amp;quot;Fira Sans&amp;quot;, &amp;quot;Droid Sans&amp;quot;, Helvetica, Arial, sans-serif; text-align: left; background-color: rgb(255, 255, 255);&quot;&gt;getTmwJournalList&lt;br&gt;query = loan_acnt.&lt;br&gt;if response NOT CONTAINS&lt;br&gt;loan_application_id&lt;/span&gt;" vertex="1">
          <mxGeometry height="210" width="230" x="2327.5" y="835" as="geometry" />
        </mxCell>
        <mxCell id="In8fDh9ZLN2M87an2Miy-76" edge="1" parent="1" source="In8fDh9ZLN2M87an2Miy-72" style="edgeStyle=orthogonalEdgeStyle;rounded=0;orthogonalLoop=1;jettySize=auto;html=1;" target="In8fDh9ZLN2M87an2Miy-75" value="">
          <mxGeometry relative="1" as="geometry" />
        </mxCell>
        <mxCell id="In8fDh9ZLN2M87an2Miy-72" parent="1" style="whiteSpace=wrap;html=1;" value="loan_application&lt;br&gt;success" vertex="1">
          <mxGeometry height="60" width="120" x="2382.5" y="1140" as="geometry" />
        </mxCell>
        <mxCell id="In8fDh9ZLN2M87an2Miy-85" edge="1" parent="1" source="In8fDh9ZLN2M87an2Miy-75" style="edgeStyle=orthogonalEdgeStyle;rounded=0;orthogonalLoop=1;jettySize=auto;html=1;" target="In8fDh9ZLN2M87an2Miy-84" value="">
          <mxGeometry relative="1" as="geometry" />
        </mxCell>
        <mxCell id="In8fDh9ZLN2M87an2Miy-75" parent="1" style="whiteSpace=wrap;html=1;" value="release &lt;br&gt;loan_application.held_amount" vertex="1">
          <mxGeometry height="60" width="215" x="2335" y="1240" as="geometry" />
        </mxCell>
        <mxCell id="In8fDh9ZLN2M87an2Miy-78" edge="1" parent="1" source="In8fDh9ZLN2M87an2Miy-79" style="edgeStyle=orthogonalEdgeStyle;rounded=0;orthogonalLoop=1;jettySize=auto;html=1;" target="In8fDh9ZLN2M87an2Miy-80" value="">
          <mxGeometry relative="1" as="geometry" />
        </mxCell>
        <mxCell id="In8fDh9ZLN2M87an2Miy-79" parent="1" style="whiteSpace=wrap;html=1;" value="loan_application&lt;br&gt;success" vertex="1">
          <mxGeometry height="60" width="120" x="3755" y="905" as="geometry" />
        </mxCell>
        <mxCell id="In8fDh9ZLN2M87an2Miy-89" edge="1" parent="1" source="In8fDh9ZLN2M87an2Miy-80" style="edgeStyle=orthogonalEdgeStyle;rounded=0;orthogonalLoop=1;jettySize=auto;html=1;" target="In8fDh9ZLN2M87an2Miy-88" value="">
          <mxGeometry relative="1" as="geometry" />
        </mxCell>
        <mxCell id="In8fDh9ZLN2M87an2Miy-80" parent="1" style="whiteSpace=wrap;html=1;" value="release &lt;br&gt;loan_application.held_amount" vertex="1">
          <mxGeometry height="60" width="215" x="3707.5" y="1005" as="geometry" />
        </mxCell>
        <mxCell id="In8fDh9ZLN2M87an2Miy-95" edge="1" parent="1" source="In8fDh9ZLN2M87an2Miy-82" style="edgeStyle=orthogonalEdgeStyle;rounded=0;orthogonalLoop=1;jettySize=auto;html=1;" target="In8fDh9ZLN2M87an2Miy-94" value="">
          <mxGeometry relative="1" as="geometry" />
        </mxCell>
        <mxCell id="In8fDh9ZLN2M87an2Miy-82" parent="1" style="whiteSpace=wrap;html=1;" value="loan_application&lt;br&gt;next_retry_at = now + 5min" vertex="1">
          <mxGeometry height="60" width="170" x="3422.5" y="1065" as="geometry" />
        </mxCell>
        <mxCell id="In8fDh9ZLN2M87an2Miy-84" parent="1" style="whiteSpace=wrap;html=1;" value="create loan" vertex="1">
          <mxGeometry height="60" width="215" x="2335" y="1345" as="geometry" />
        </mxCell>
        <mxCell id="In8fDh9ZLN2M87an2Miy-88" parent="1" style="whiteSpace=wrap;html=1;" value="create loan" vertex="1">
          <mxGeometry height="60" width="215" x="3707.5" y="1125" as="geometry" />
        </mxCell>
        <mxCell id="In8fDh9ZLN2M87an2Miy-94" parent="1" style="whiteSpace=wrap;html=1;" value="retry_count &amp;gt; 3&lt;br&gt;status = unknown" vertex="1">
          <mxGeometry height="60" width="120" x="3447.5" y="1185" as="geometry" />
        </mxCell>
        <mxCell id="In8fDh9ZLN2M87an2Miy-101" edge="1" parent="1" source="In8fDh9ZLN2M87an2Miy-98" style="edgeStyle=orthogonalEdgeStyle;rounded=0;orthogonalLoop=1;jettySize=auto;html=1;" target="In8fDh9ZLN2M87an2Miy-100" value="">
          <mxGeometry relative="1" as="geometry" />
        </mxCell>
        <mxCell id="In8fDh9ZLN2M87an2Miy-103" connectable="0" parent="In8fDh9ZLN2M87an2Miy-101" style="edgeLabel;html=1;align=center;verticalAlign=middle;resizable=0;points=[];" value="0" vertex="1">
          <mxGeometry relative="1" x="-0.2536" y="-1" as="geometry">
            <mxPoint as="offset" />
          </mxGeometry>
        </mxCell>
        <mxCell id="In8fDh9ZLN2M87an2Miy-106" edge="1" parent="1" source="In8fDh9ZLN2M87an2Miy-98" style="edgeStyle=orthogonalEdgeStyle;rounded=0;orthogonalLoop=1;jettySize=auto;html=1;entryX=0;entryY=0.5;entryDx=0;entryDy=0;" target="In8fDh9ZLN2M87an2Miy-105">
          <mxGeometry relative="1" as="geometry" />
        </mxCell>
        <mxCell id="In8fDh9ZLN2M87an2Miy-98" parent="1" style="rhombus;whiteSpace=wrap;html=1;" value="db transaction success" vertex="1">
          <mxGeometry height="115" width="115" x="1310" y="877.5" as="geometry" />
        </mxCell>
        <mxCell id="In8fDh9ZLN2M87an2Miy-100" parent="1" style="whiteSpace=wrap;html=1;" value="return error to client" vertex="1">
          <mxGeometry height="60" width="120" x="1307.5" y="1090" as="geometry" />
        </mxCell>
        <mxCell id="In8fDh9ZLN2M87an2Miy-105" parent="1" style="rounded=0;whiteSpace=wrap;html=1;" value="Scheduler" vertex="1">
          <mxGeometry height="60" width="120" x="1620" y="905" as="geometry" />
        </mxCell>
      </root>
    </mxGraphModel>
  </diagram>
</mxfile>
